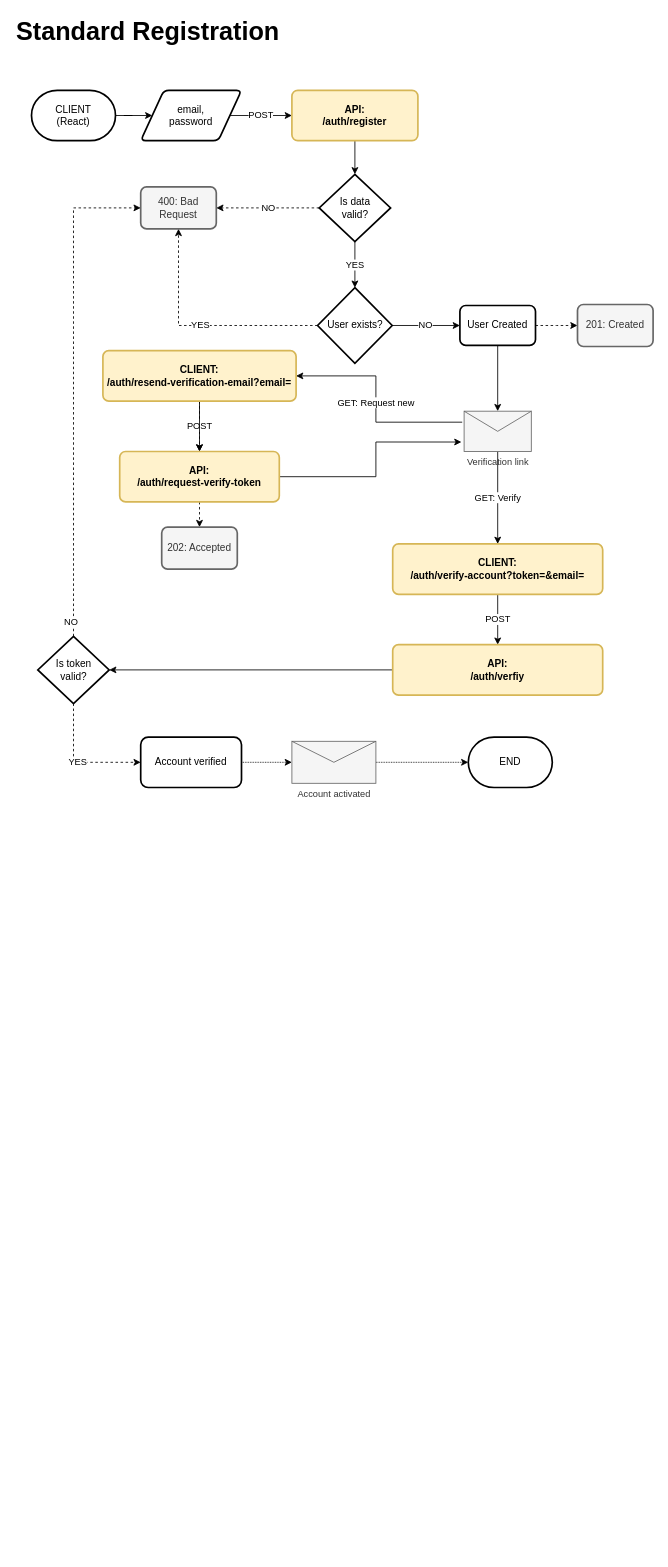
Earlier version of the draw.io diagram Untitled Diagram.drawio (dropkickdev/diagrams). Source tidied: cells renumbered, new cells numbered last; positions are measured from the earlier drawing's top-left corner, leaving out a move shared by most shapes. Both pictures are drawn from the tidied source at 84%, with x=0, y=0 at pixel (14, 14).
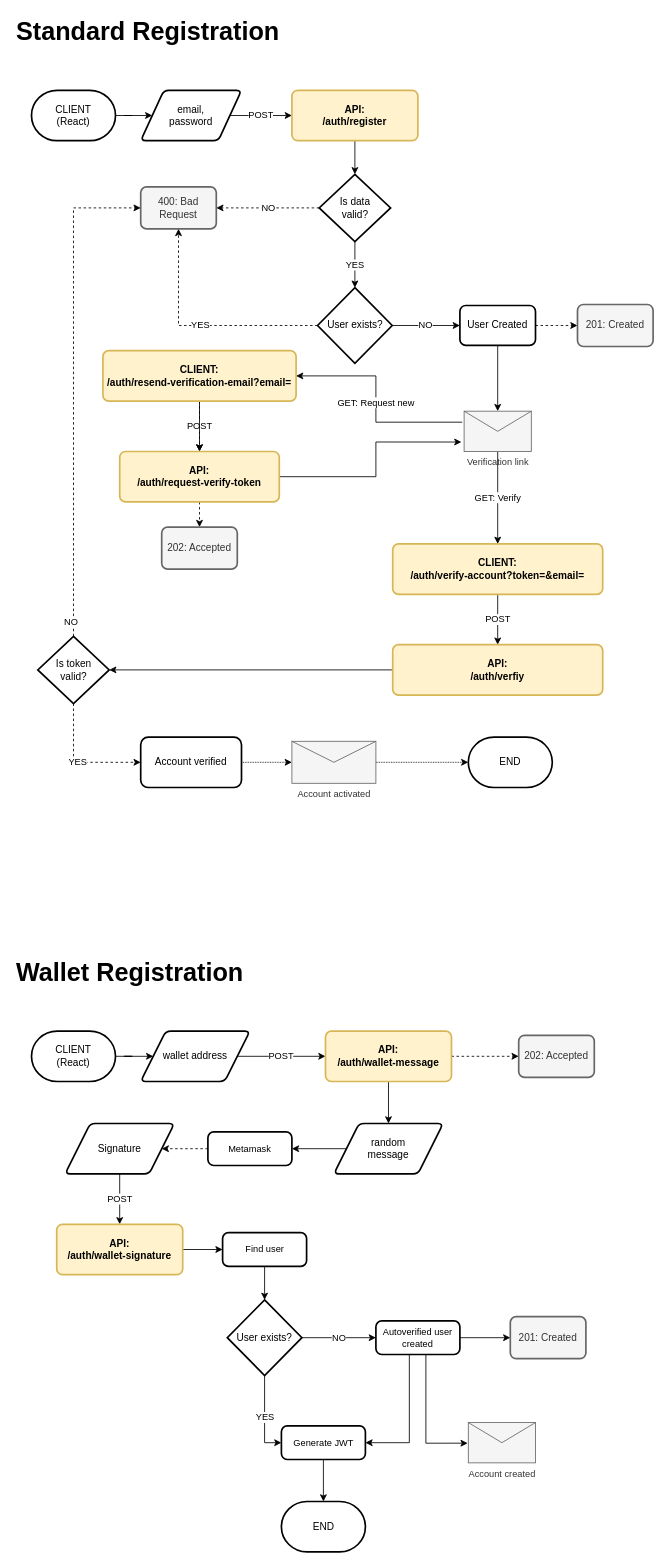
After the change.

Commit message:
Wallet Registration

Change to the diagram source:
```diff
@@
+    <mxCell id="43" style="edgeStyle=orthogonalEdgeStyle;rounded=0;jettySize=auto;html=1;" parent="1" edge="1" source="44" target="46">
+      <mxGeometry relative="1" as="geometry" />
+    </mxCell>
+    <mxCell id="44" value="CLIENT&lt;br&gt;(React)" style="strokeWidth=2;html=1;shape=mxgraph.flowchart.terminator;whiteSpace=wrap;" parent="1" vertex="1">
+      <mxGeometry x="20" y="1210" width="100" height="60" as="geometry" />
+    </mxCell>
+    <mxCell id="45" value="POST" style="edgeStyle=orthogonalEdgeStyle;rounded=0;jettySize=auto;html=1;" parent="1" edge="1" source="46" target="49">
+      <mxGeometry relative="1" as="geometry" />
+    </mxCell>
+    <mxCell id="46" value="wallet address" style="shape=parallelogram;html=1;strokeWidth=2;perimeter=parallelogramPerimeter;whiteSpace=wrap;rounded=1;arcSize=12;size=0.23;" parent="1" vertex="1">
+      <mxGeometry x="150" y="1210" width="130" height="60" as="geometry" />
+    </mxCell>
+    <mxCell id="47" style="edgeStyle=orthogonalEdgeStyle;rounded=0;jettySize=auto;html=1;dashed=1;fontSize=11;" parent="1" edge="1" source="49" target="56">
+      <mxGeometry relative="1" as="geometry" />
+    </mxCell>
+    <mxCell id="48" style="edgeStyle=orthogonalEdgeStyle;rounded=0;jettySize=auto;html=1;fontSize=11;" parent="1" edge="1" source="49" target="60">
+      <mxGeometry relative="1" as="geometry" />
+    </mxCell>
+    <mxCell id="49" value="API:&lt;br&gt;/auth/wallet-message" style="rounded=1;whiteSpace=wrap;html=1;absoluteArcSize=1;arcSize=14;strokeWidth=2;fillColor=#fff2cc;strokeColor=#d6b656;fontStyle=1;" parent="1" vertex="1">
+      <mxGeometry x="370" y="1210" width="150" height="60" as="geometry" />
+    </mxCell>
+    <mxCell id="50" value="Wallet Registration" style="text;html=1;align=left;verticalAlign=middle;strokeColor=none;fillColor=none;strokeWidth=1;fontStyle=1;fontSize=30;" parent="1" vertex="1">
+      <mxGeometry y="1120" width="290" height="40" as="geometry" />
+    </mxCell>
+    <mxCell id="51" value="YES" style="edgeStyle=orthogonalEdgeStyle;rounded=0;jettySize=auto;html=1;fontSize=11;entryX=0;entryY=0.5;entryDx=0;entryDy=0;" parent="1" edge="1" source="53" target="73">
+      <mxGeometry relative="1" as="geometry" />
+    </mxCell>
+    <mxCell id="52" value="NO" style="edgeStyle=orthogonalEdgeStyle;rounded=0;jettySize=auto;html=1;fontSize=11;" parent="1" edge="1" source="53" target="68">
+      <mxGeometry relative="1" as="geometry" />
+    </mxCell>
+    <mxCell id="53" value="User exists?" style="strokeWidth=2;html=1;shape=mxgraph.flowchart.decision;whiteSpace=wrap;" parent="1" vertex="1">
+      <mxGeometry x="253.1" y="1530" width="88.8" height="90" as="geometry" />
+    </mxCell>
+    <mxCell id="54" value="201: Created" style="rounded=1;whiteSpace=wrap;html=1;absoluteArcSize=1;arcSize=14;strokeWidth=2;fillColor=#f5f5f5;strokeColor=#666666;fontColor=#333333;" parent="1" vertex="1">
+      <mxGeometry x="590" y="1550" width="90" height="50" as="geometry" />
+    </mxCell>
+    <mxCell id="55" value="END" style="strokeWidth=2;html=1;shape=mxgraph.flowchart.terminator;whiteSpace=wrap;" parent="1" vertex="1">
+      <mxGeometry x="317.5" y="1770" width="100" height="60" as="geometry" />
+    </mxCell>
+    <mxCell id="56" value="202: Accepted" style="rounded=1;whiteSpace=wrap;html=1;absoluteArcSize=1;arcSize=14;strokeWidth=2;fillColor=#f5f5f5;strokeColor=#666666;fontColor=#333333;" parent="1" vertex="1">
+      <mxGeometry x="600" y="1215" width="90" height="50" as="geometry" />
+    </mxCell>
+    <mxCell id="57" style="edgeStyle=orthogonalEdgeStyle;rounded=0;jettySize=auto;html=1;fontSize=11;dashed=1;" parent="1" edge="1" source="58" target="62">
+      <mxGeometry relative="1" as="geometry" />
+    </mxCell>
+    <mxCell id="58" value="Metamask" style="rounded=1;whiteSpace=wrap;html=1;absoluteArcSize=1;arcSize=14;strokeWidth=2;fontSize=11;" parent="1" vertex="1">
+      <mxGeometry x="230" y="1330" width="100" height="40" as="geometry" />
+    </mxCell>
+    <mxCell id="59" style="edgeStyle=orthogonalEdgeStyle;rounded=0;jettySize=auto;html=1;fontSize=11;" parent="1" edge="1" source="60" target="58">
+      <mxGeometry relative="1" as="geometry" />
+    </mxCell>
+    <mxCell id="60" value="random&lt;br&gt;message" style="shape=parallelogram;html=1;strokeWidth=2;perimeter=parallelogramPerimeter;whiteSpace=wrap;rounded=1;arcSize=12;size=0.23;" parent="1" vertex="1">
+      <mxGeometry x="380" y="1320" width="130" height="60" as="geometry" />
+    </mxCell>
+    <mxCell id="61" value="POST" style="edgeStyle=orthogonalEdgeStyle;rounded=0;jettySize=auto;html=1;fontSize=11;" parent="1" edge="1" source="62" target="64">
+      <mxGeometry relative="1" as="geometry" />
+    </mxCell>
+    <mxCell id="62" value="Signature" style="shape=parallelogram;html=1;strokeWidth=2;perimeter=parallelogramPerimeter;whiteSpace=wrap;rounded=1;arcSize=12;size=0.23;" parent="1" vertex="1">
+      <mxGeometry x="60" y="1320" width="130" height="60" as="geometry" />
+    </mxCell>
+    <mxCell id="63" style="edgeStyle=orthogonalEdgeStyle;rounded=0;jettySize=auto;html=1;fontSize=11;" parent="1" edge="1" source="64" target="71">
+      <mxGeometry relative="1" as="geometry" />
+    </mxCell>
+    <mxCell id="64" value="API:&lt;br&gt;/auth/wallet-signature" style="rounded=1;whiteSpace=wrap;html=1;absoluteArcSize=1;arcSize=14;strokeWidth=2;fillColor=#fff2cc;strokeColor=#d6b656;fontStyle=1;" parent="1" vertex="1">
+      <mxGeometry x="50" y="1440" width="150" height="60" as="geometry" />
+    </mxCell>
+    <mxCell id="65" style="edgeStyle=orthogonalEdgeStyle;rounded=0;jettySize=auto;html=1;fontSize=11;" parent="1" edge="1" source="68" target="54">
+      <mxGeometry relative="1" as="geometry" />
+    </mxCell>
+    <mxCell id="66" style="edgeStyle=orthogonalEdgeStyle;rounded=0;jettySize=auto;html=1;exitX=0.398;exitY=1.005;exitDx=0;exitDy=0;entryX=1;entryY=0.5;entryDx=0;entryDy=0;fontSize=11;exitPerimeter=0;" parent="1" edge="1" source="68" target="73">
+      <mxGeometry relative="1" as="geometry" />
+    </mxCell>
+    <mxCell id="67" style="edgeStyle=orthogonalEdgeStyle;rounded=0;jettySize=auto;html=1;exitX=0.595;exitY=0.989;exitDx=0;exitDy=0;fontSize=11;exitPerimeter=0;entryX=-0.009;entryY=0.512;entryDx=0;entryDy=0;entryPerimeter=0;" parent="1" edge="1" source="68" target="69">
+      <mxGeometry relative="1" as="geometry" />
+    </mxCell>
+    <mxCell id="68" value="Autoverified user created" style="rounded=1;whiteSpace=wrap;html=1;absoluteArcSize=1;arcSize=14;strokeWidth=2;fontSize=11;" parent="1" vertex="1">
+      <mxGeometry x="430" y="1555" width="100" height="40" as="geometry" />
+    </mxCell>
+    <mxCell id="69" value="Account created" style="verticalLabelPosition=bottom;shadow=0;dashed=0;align=center;html=1;verticalAlign=top;strokeWidth=1;shape=mxgraph.mockup.misc.mail2;strokeColor=#666666;fontSize=11;fillColor=#f5f5f5;fontColor=#333333;" parent="1" vertex="1">
+      <mxGeometry x="540" y="1676" width="80" height="48" as="geometry" />
+    </mxCell>
+    <mxCell id="70" style="edgeStyle=orthogonalEdgeStyle;rounded=0;jettySize=auto;html=1;fontSize=11;" parent="1" edge="1" source="71" target="53">
+      <mxGeometry relative="1" as="geometry" />
+    </mxCell>
+    <mxCell id="71" value="Find user" style="rounded=1;whiteSpace=wrap;html=1;absoluteArcSize=1;arcSize=14;strokeWidth=2;fontSize=11;" parent="1" vertex="1">
+      <mxGeometry x="247.5" y="1450" width="100" height="40" as="geometry" />
+    </mxCell>
+    <mxCell id="72" style="edgeStyle=orthogonalEdgeStyle;rounded=0;jettySize=auto;html=1;entryX=0.5;entryY=0;entryDx=0;entryDy=0;entryPerimeter=0;fontSize=11;" parent="1" edge="1" source="73" target="55">
+      <mxGeometry relative="1" as="geometry" />
+    </mxCell>
+    <mxCell id="73" value="Generate JWT" style="rounded=1;whiteSpace=wrap;html=1;absoluteArcSize=1;arcSize=14;strokeWidth=2;fontSize=11;" parent="1" vertex="1">
+      <mxGeometry x="317.5" y="1680" width="100" height="40" as="geometry" />
+    </mxCell>
```
